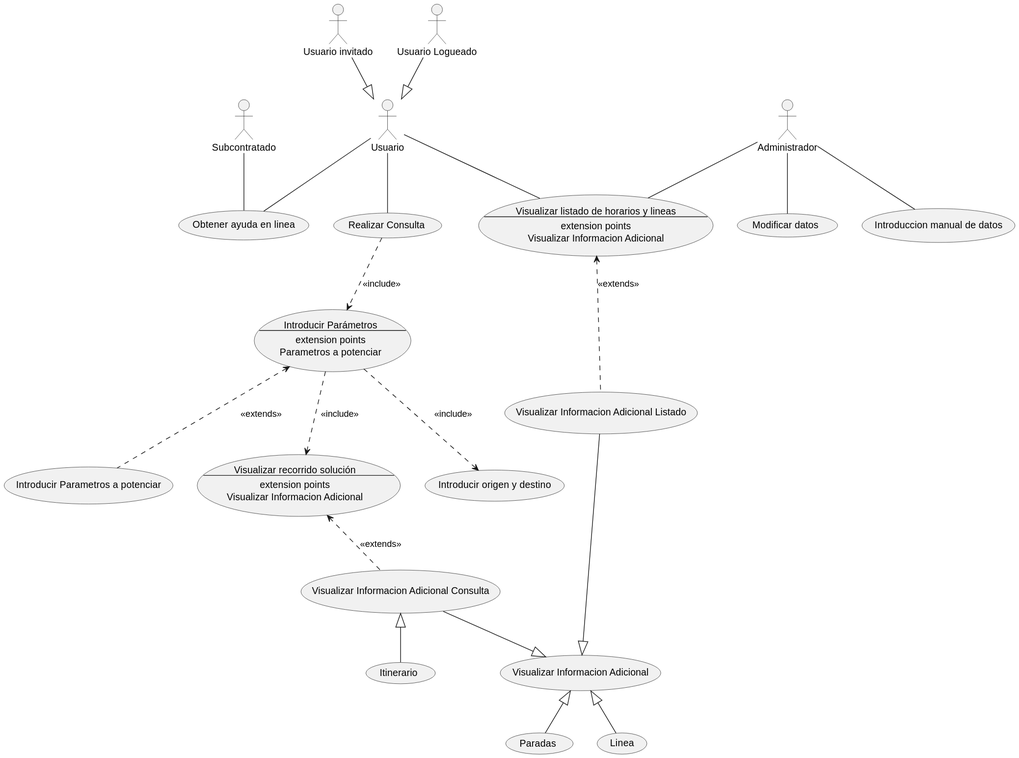
This is out/Proyecto/source/SIIT/SIIT.svg from cgg734/INRE-UAL-MORADO-2022-2023, a PlantUML export, as it was before one commit. Its diagram source:
```plantuml
@startuml SIIT
actor UI as "Usuario invitado"
actor UL as "Usuario Logueado"
actor Usuario
actor Subcontratado
actor Administrador


usecase (Modificar) as "Modificar datos"
usecase (Introducir) as "Introduccion manual de datos"




UI--|>Usuario
UL--|>Usuario

usecase (Ayuda) as  "Obtener ayuda en linea"
usecase (Consulta) as "Realizar Consulta"
usecase Horarios as "Visualizar listado de horarios y lineas
--
extension points
Visualizar Informacion Adicional"
usecase (Potenciar) as "Introducir Parametros a potenciar"
usecase (Origen) as "Introducir origen y destino"


Administrador--Modificar
Administrador--Introducir
Administrador--Horarios


usecase Parametros as "Introducir Parámetros
--
extension points
Parametros a potenciar
"

Usuario--Horarios
Usuario--Consulta
Usuario--Ayuda
Subcontratado--Ayuda

(Consulta)..>(Parametros) : <<include>>
(Parametros)..>(Origen) : <<include>>
(Parametros)<..(Potenciar) : <<extends>>



usecase Solucion as "Visualizar recorrido solución
--
extension points
Visualizar Informacion Adicional"

usecase (MostrarInfoList) as "Visualizar Informacion Adicional Listado"
usecase (MostrarInfoConsulta) as "Visualizar Informacion Adicional Consulta"
usecase (MostrarInfo) as "Visualizar Informacion Adicional"


(Parametros)..>(Solucion) : <<include>>
(Solucion)<..(MostrarInfoConsulta) : <<extends>>
(Horarios)<..(MostrarInfoList) : <<extends>>

(MostrarInfoList)--|>(MostrarInfo)
(MostrarInfoConsulta)--|>(MostrarInfo)

(MostrarInfo)<|--(Paradas)
(MostrarInfo)<|--(Linea)
(MostrarInfoConsulta)<|--(Itinerario)


@enduml
```
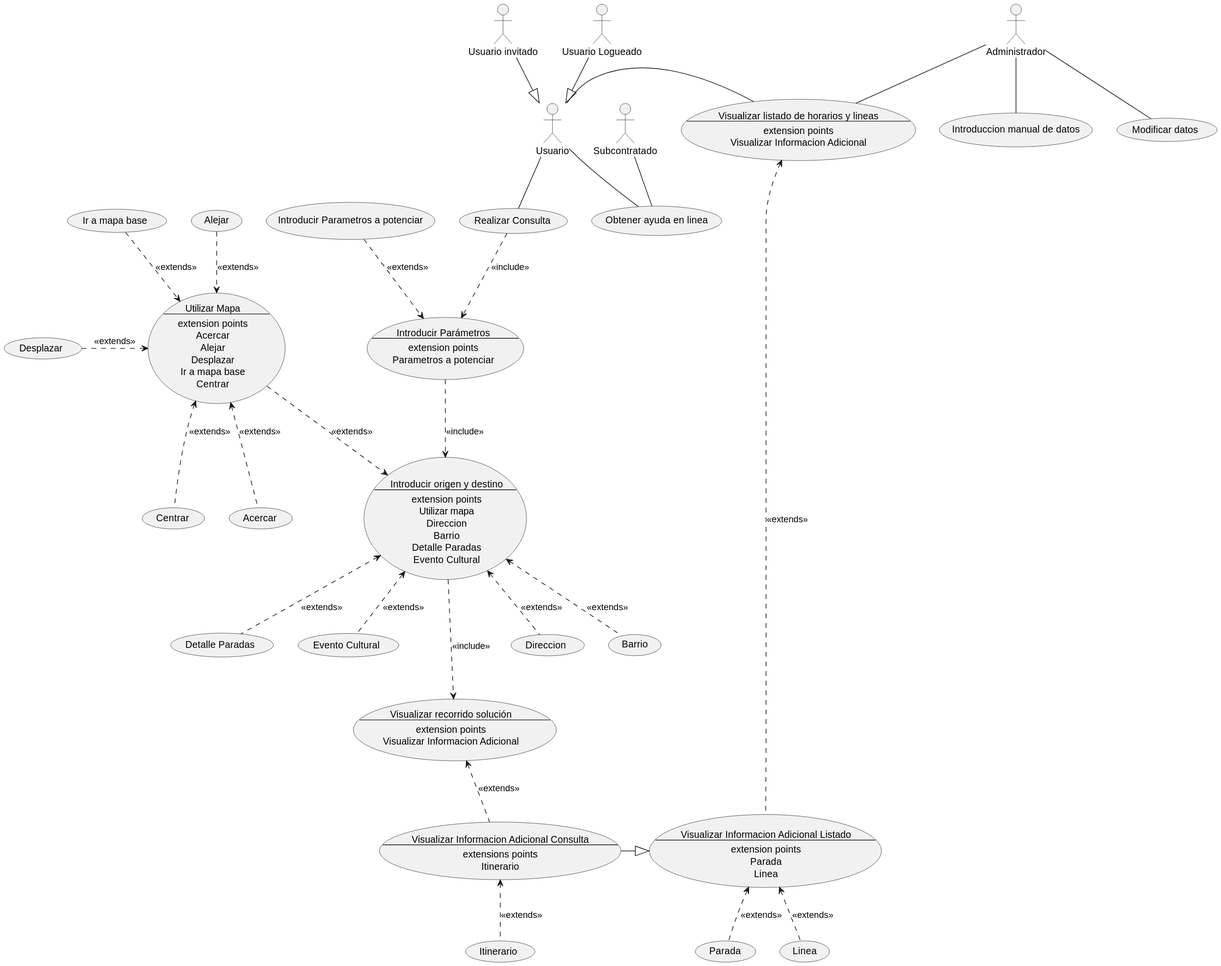
After the change.

The edit, as a diff of the source:
```diff
@@ -22,7 +22,50 @@
 extension points
 Visualizar Informacion Adicional"
 usecase (Potenciar) as "Introducir Parametros a potenciar"
-usecase (Origen) as "Introducir origen y destino"
+usecase Origen as "Introducir origen y destino
+--
+extension points
+Utilizar mapa
+Direccion
+Barrio
+Detalle Paradas
+Evento Cultural"
+
+
+usecase (Direccion) as "Direccion"
+usecase (Barrio) as "Barrio"
+usecase (Detalle) as "Detalle Paradas"
+usecase (Evento) as "Evento Cultural"
+usecase Mapa as "Utilizar Mapa
+--
+extension points
+Acercar
+Alejar
+Desplazar
+Ir a mapa base
+Centrar
+"
+
+usecase (Acercar) as "Acercar"
+usecase (Alejar) as "Alejar"
+usecase (Desplazar) as "Desplazar"
+usecase (MapaB) as "Ir a mapa base"
+usecase (Centrar) as "Centrar"
+
+
+(Origen)<.up.(Mapa) : <<extends>>
+(Origen)<..(Direccion) : <<extends>>
+(Origen)<..(Barrio) : <<extends>>
+(Origen)<..(Detalle) : <<extends>>
+(Origen)<..(Evento) : <<extends>>
+
+
+(Mapa)<..(Acercar) : <<extends>>
+(Mapa)<.up.(Alejar) : <<extends>>
+(Mapa)<.left.(Desplazar) : <<extends>>
+(Mapa)<.up.(MapaB) : <<extends>>
+(Mapa)<..(Centrar) : <<extends>>
+
 
 
 Administrador--Modificar
@@ -36,14 +79,14 @@
 Parametros a potenciar
 "
 
-Usuario--Horarios
+Usuario-right-Horarios
 Usuario--Consulta
 Usuario--Ayuda
 Subcontratado--Ayuda
 
 (Consulta)..>(Parametros) : <<include>>
 (Parametros)..>(Origen) : <<include>>
-(Parametros)<..(Potenciar) : <<extends>>
+(Parametros)<.up.(Potenciar) : <<extends>>
 
 
 
@@ -52,21 +95,27 @@
 extension points
 Visualizar Informacion Adicional"
 
-usecase (MostrarInfoList) as "Visualizar Informacion Adicional Listado"
-usecase (MostrarInfoConsulta) as "Visualizar Informacion Adicional Consulta"
-usecase (MostrarInfo) as "Visualizar Informacion Adicional"
+usecase MostrarInfoList as "Visualizar Informacion Adicional Listado
+--
+extension points
+Parada
+Linea"
+usecase MostrarInfoConsulta as "Visualizar Informacion Adicional Consulta
+--
+extensions points
+Itinerario"
 
 
-(Parametros)..>(Solucion) : <<include>>
-(Solucion)<..(MostrarInfoConsulta) : <<extends>>
-(Horarios)<..(MostrarInfoList) : <<extends>>
+(Origen)...>(Solucion) : <<include>>
+(Solucion)<..MostrarInfoConsulta : <<extends>>
+(Horarios)<.right.(MostrarInfoList) : <<extends>>
 
-(MostrarInfoList)--|>(MostrarInfo)
-(MostrarInfoConsulta)--|>(MostrarInfo)
 
-(MostrarInfo)<|--(Paradas)
-(MostrarInfo)<|--(Linea)
-(MostrarInfoConsulta)<|--(Itinerario)
+(MostrarInfoConsulta)-right-|>(MostrarInfoList)
+
+(MostrarInfoList)<..(Parada) : <<extends>>
+(MostrarInfoList)<..(Linea) : <<extends>>
+(MostrarInfoConsulta)<..(Itinerario) : <<extends>>
 
 
 @enduml
```
